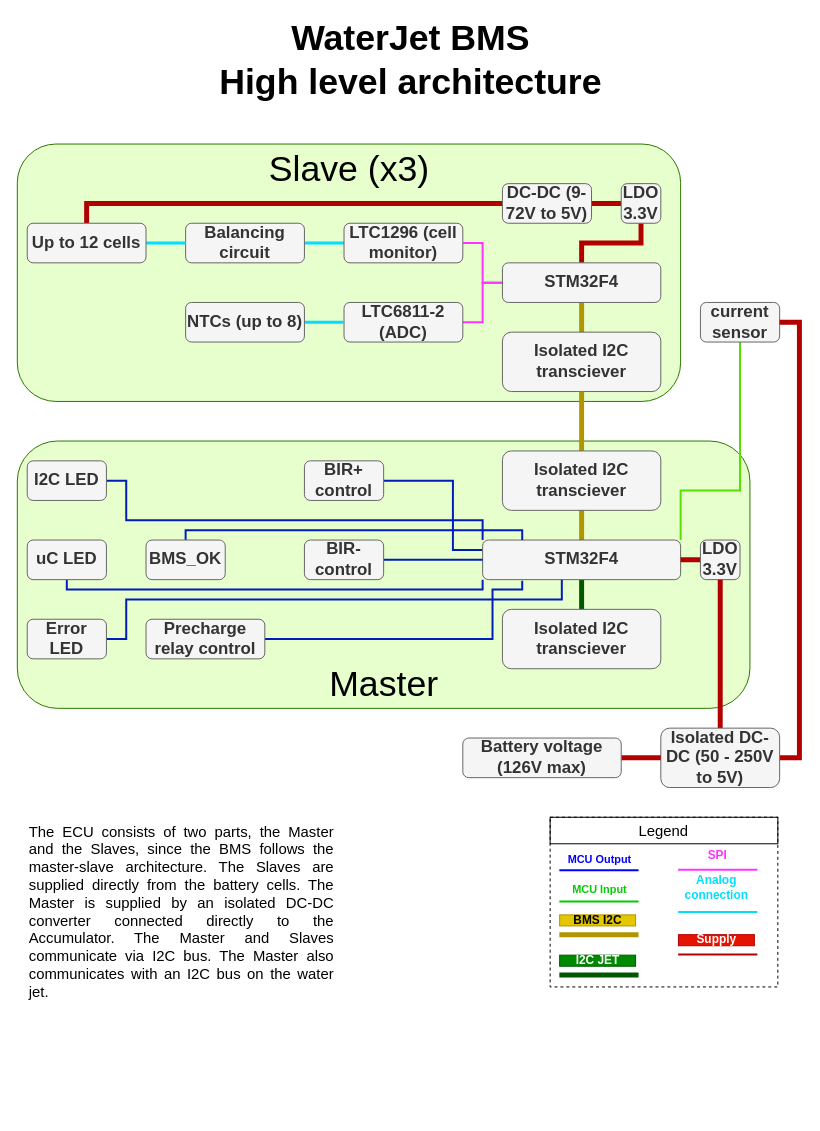
The draw.io diagram Electronics/BMS/BMS_architecture.drawio in Favaraii/Lora, before the edit. Source tidied: cells renumbered, new cells numbered last; positions are measured from the earlier drawing's top-left corner, leaving out a move shared by most shapes. Both pictures are drawn from the tidied source at 99%, with x=0, y=0 at pixel (17, 35).
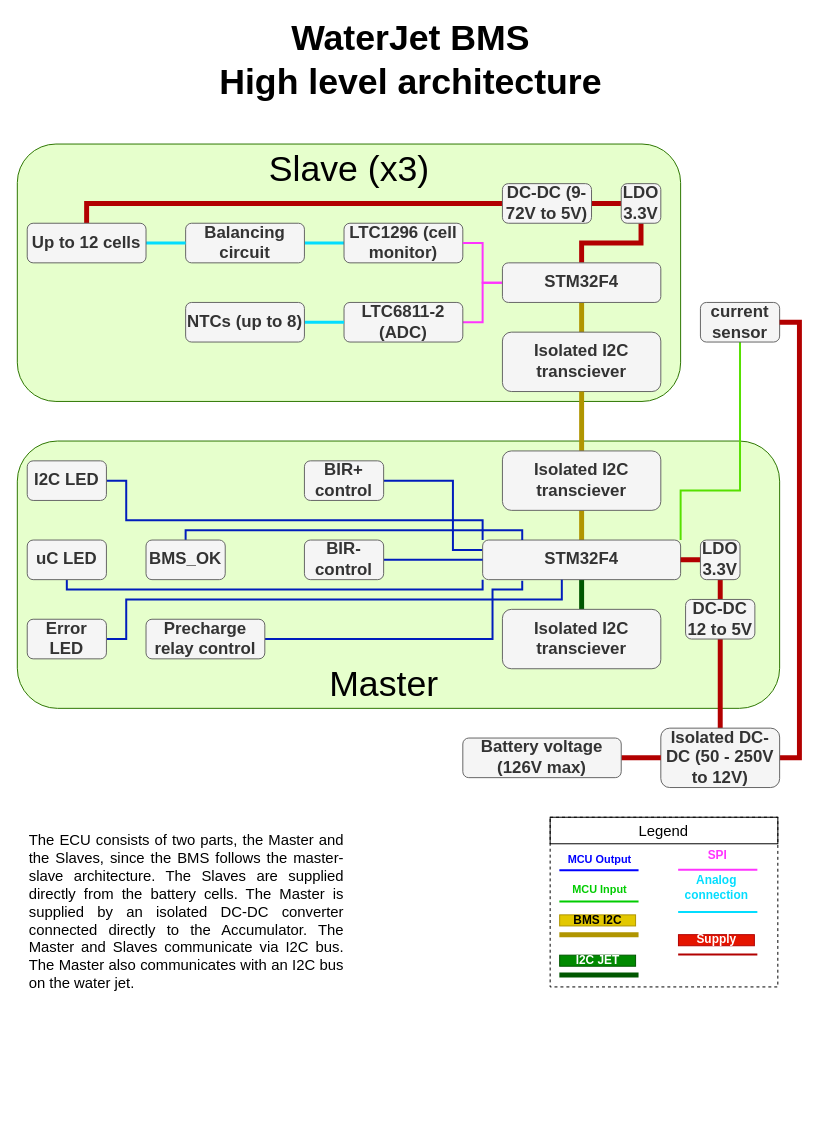
After the change.

Commit message (it also covers changes not shown here):
Inverter Architecture

The change refers to these unchanged cells:
```xml
<mxCell id="64" value="LDO 3.3V" style="rounded=1;whiteSpace=wrap;html=1;fontSize=17;fontStyle=1;fillColor=#f5f5f5;strokeColor=#666666;fontColor=#333333;" parent="1" vertex="1">
  <mxGeometry x="690" y="510" width="40" height="40" as="geometry" />
</mxCell>
```

What changed in the source:
```diff
@@
     <mxCell id="3" style="rounded=1;whiteSpace=wrap;html=1;fillColor=#E6FFCC;strokeColor=#2D7600;fontColor=#ffffff;" parent="1" vertex="1">
-      <mxGeometry y="410" width="740" height="270" as="geometry" />
+      <mxGeometry y="410" width="770" height="270" as="geometry" />
     </mxCell>
     <mxCell id="4" value="&lt;div style=&quot;text-align: justify&quot;&gt;&lt;span&gt;The ECU consists of two parts, the Master and the Slaves, since the BMS follows the master-slave architecture. The Slaves are supplied directly from the battery cells. The Master is supplied by an isolated DC-DC converter connected directly to the Accumulator. The Master and Slaves communicate via I2C bus. The Master also communicates with an I2C bus on the water jet.&lt;/span&gt;&lt;/div&gt;" style="text;html=1;strokeColor=none;fillColor=none;align=left;verticalAlign=middle;whiteSpace=wrap;rounded=0;horizontal=1;fontSize=15;" parent="1" vertex="1">
-      <mxGeometry x="10" y="790" width="310" height="190" as="geometry" />
+      <mxGeometry x="10" y="790" width="320" height="190" as="geometry" />
     </mxCell>
@@
+    <mxCell id="73" style="edgeStyle=orthogonalEdgeStyle;rounded=0;jettySize=auto;html=1;fillColor=#e51400;strokeColor=#B20000;endArrow=none;endFill=0;strokeWidth=5;" parent="1" edge="1" source="64" target="74">
+      <mxGeometry relative="1" as="geometry" />
+    </mxCell>
@@
-    <mxCell id="67" style="edgeStyle=orthogonalEdgeStyle;rounded=0;jettySize=auto;html=1;endArrow=none;endFill=0;endSize=4;strokeColor=#B20000;strokeWidth=5;fillColor=#e51400;" parent="1" edge="1" source="69" target="64">
+    <mxCell id="67" style="edgeStyle=orthogonalEdgeStyle;rounded=0;jettySize=auto;html=1;endArrow=none;endFill=0;endSize=4;strokeColor=#B20000;strokeWidth=5;fillColor=#e51400;entryX=0.5;entryY=1;entryDx=0;entryDy=0;" parent="1" edge="1" source="69" target="74">
       <mxGeometry relative="1" as="geometry" />
     </mxCell>
@@
-    <mxCell id="69" value="Isolated DC-DC (50 - 250V to 5V)" style="rounded=1;whiteSpace=wrap;html=1;fontSize=17;fontStyle=1;fillColor=#f5f5f5;strokeColor=#666666;fontColor=#333333;" parent="1" vertex="1">
+    <mxCell id="69" value="Isolated DC-DC (50 - 250V to 12V)" style="rounded=1;whiteSpace=wrap;html=1;fontSize=17;fontStyle=1;fillColor=#f5f5f5;strokeColor=#666666;fontColor=#333333;" parent="1" vertex="1">
       <mxGeometry x="650" y="700" width="120" height="60" as="geometry" />
     </mxCell>
@@
+    <mxCell id="74" value="DC-DC 12 to 5V" style="rounded=1;whiteSpace=wrap;html=1;fontSize=17;fontStyle=1;fillColor=#f5f5f5;strokeColor=#666666;fontColor=#333333;" parent="1" vertex="1">
+      <mxGeometry x="675" y="570" width="70" height="40" as="geometry" />
+    </mxCell>
```
